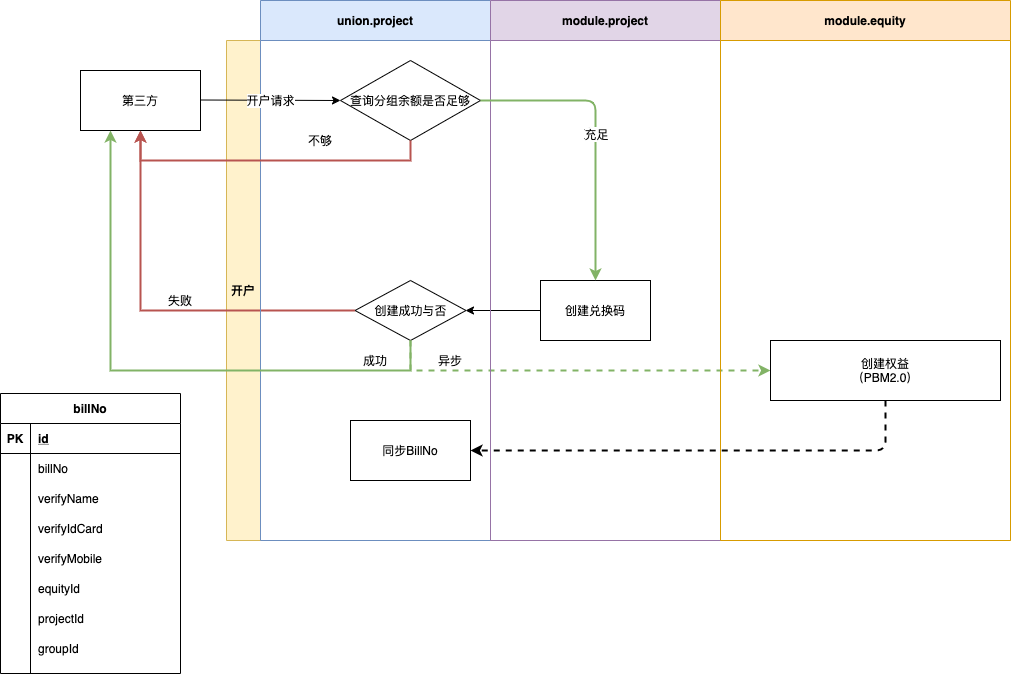
The draw.io diagram TPA.png in zuoqiang320/uniondrug, before a commit. Source tidied: cells renumbered, new cells last; positions are measured from the earlier drawing's top-left corner, leaving out a move shared by most shapes.
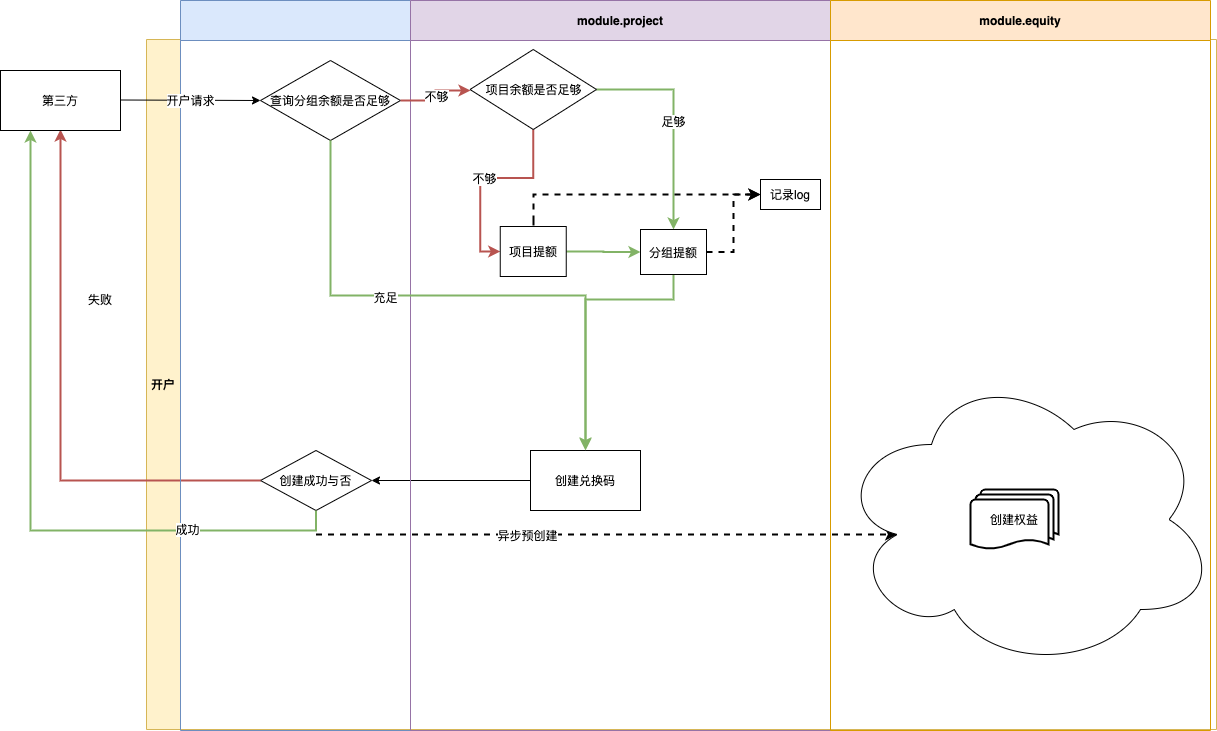
Later version of the same file.

Diff of the diagram source:
```diff
@@ -3,24 +3,21 @@
     <mxCell id="0" />
     <mxCell id="1" parent="0" />
     <mxCell id="2" value="开户" style="swimlane;direction=north;fillColor=#fff2cc;strokeColor=#d6b656;startSize=34;verticalAlign=middle;" parent="1" vertex="1">
-      <mxGeometry x="226" y="40" width="784" height="500" as="geometry" />
+      <mxGeometry x="226" y="39" width="1070" height="690" as="geometry" />
     </mxCell>
+    <mxCell id="51" style="edgeStyle=orthogonalEdgeStyle;rounded=0;jettySize=auto;html=1;exitX=0.5;exitY=1;exitDx=0;exitDy=0;entryX=0.16;entryY=0.55;entryDx=0;entryDy=0;entryPerimeter=0;strokeWidth=2;dashed=1;" parent="2" edge="1" source="3" target="63">
+      <mxGeometry relative="1" as="geometry" />
+    </mxCell>
+    <mxCell id="52" value="异步预创建" style="edgeLabel;html=1;align=center;verticalAlign=middle;" parent="51" vertex="1">
+      <mxGeometry x="-0.23" relative="1" as="geometry">
+        <mxPoint x="1" as="offset" />
+      </mxGeometry>
+    </mxCell>
     <mxCell id="3" value="创建成功与否" style="rhombus;whiteSpace=wrap;html=1;startSize=34;" parent="2" vertex="1">
-      <mxGeometry x="128.5" y="240" width="111" height="60" as="geometry" />
+      <mxGeometry x="114" y="411" width="111" height="60" as="geometry" />
     </mxCell>
-    <mxCell id="4" value="成功" style="text;html=1;strokeColor=none;fillColor=none;align=center;verticalAlign=middle;whiteSpace=wrap;rounded=0;startSize=34;" parent="2" vertex="1">
-      <mxGeometry x="128.5" y="310" width="40" height="20" as="geometry" />
-    </mxCell>
-    <mxCell id="5" value="异步" style="text;html=1;strokeColor=none;fillColor=none;align=center;verticalAlign=middle;whiteSpace=wrap;rounded=0;" parent="2" vertex="1">
-      <mxGeometry x="204" y="310" width="40" height="20" as="geometry" />
-    </mxCell>
-    <mxCell id="6" style="edgeStyle=orthogonalEdgeStyle;rounded=0;jettySize=auto;html=1;exitX=0.5;exitY=1;exitDx=0;exitDy=0;entryX=0;entryY=0.5;entryDx=0;entryDy=0;fillColor=#d5e8d4;strokeColor=#82b366;strokeWidth=2;dashed=1;" parent="2" edge="1" source="3" target="11">
-      <mxGeometry relative="1" as="geometry" />
-    </mxCell>
-    <mxCell id="7" style="endArrow=classic;html=1;entryX=1;entryY=0.5;entryDx=0;entryDy=0;exitX=0;exitY=0.5;exitDx=0;exitDy=0;" parent="2" edge="1" source="10">
-      <mxGeometry relative="1" as="geometry">
-        <mxPoint x="239" y="270" as="targetPoint" />
-      </mxGeometry>
+    <mxCell id="7" style="endArrow=classic;html=1;entryX=1;entryY=0.5;entryDx=0;entryDy=0;exitX=0;exitY=0.5;exitDx=0;exitDy=0;" parent="2" edge="1" source="10" target="3">
+      <mxGeometry relative="1" as="geometry" />
     </mxCell>
     <mxCell id="8" style="edgeStyle=orthogonalEdgeStyle;rounded=0;jettySize=auto;html=1;exitX=0;exitY=0.5;exitDx=0;exitDy=0;startSize=34;fillColor=#f8cecc;strokeColor=#b85450;strokeWidth=2;" parent="2" edge="1" source="3">
       <mxGeometry relative="1" as="geometry">
@@ -31,13 +28,59 @@
       <mxGeometry x="-76" y="250" width="60" height="20" as="geometry" />
     </mxCell>
     <mxCell id="10" value="创建兑换码" style="rounded=0;whiteSpace=wrap;html=1;" parent="2" vertex="1">
-      <mxGeometry x="314" y="240" width="110" height="60" as="geometry" />
+      <mxGeometry x="384" y="411" width="110" height="60" as="geometry" />
     </mxCell>
-    <mxCell id="11" value="创建权益&lt;br&gt;（PBM2.0）" style="rounded=0;whiteSpace=wrap;html=1;" parent="2" vertex="1">
-      <mxGeometry x="544" y="300" width="230" height="60" as="geometry" />
-    </mxCell>
+    <mxCell id="53" value="足够" style="edgeStyle=orthogonalEdgeStyle;rounded=0;jettySize=auto;html=1;exitX=1;exitY=0.5;exitDx=0;exitDy=0;strokeWidth=2;fillColor=#d5e8d4;strokeColor=#82b366;" parent="2" edge="1" source="55" target="62">
+      <mxGeometry relative="1" as="geometry" />
+    </mxCell>
+    <mxCell id="54" value="不够" style="edgeStyle=orthogonalEdgeStyle;rounded=0;jettySize=auto;html=1;exitX=0.5;exitY=1;exitDx=0;exitDy=0;entryX=0;entryY=0.5;entryDx=0;entryDy=0;strokeWidth=2;fillColor=#f8cecc;strokeColor=#b85450;" parent="2" edge="1" source="55" target="59">
+      <mxGeometry relative="1" as="geometry" />
+    </mxCell>
+    <mxCell id="55" value="项目余额是否足够" style="rhombus;whiteSpace=wrap;html=1;" parent="2" vertex="1">
+      <mxGeometry x="323.5" y="10" width="126.5" height="80" as="geometry" />
+    </mxCell>
+    <mxCell id="56" value="记录log" style="rounded=0;whiteSpace=wrap;html=1;" parent="2" vertex="1">
+      <mxGeometry x="614" y="140" width="60" height="30" as="geometry" />
+    </mxCell>
+    <mxCell id="57" style="edgeStyle=orthogonalEdgeStyle;rounded=0;jettySize=auto;html=1;entryX=0;entryY=0.5;entryDx=0;entryDy=0;dashed=1;strokeWidth=2;" parent="2" edge="1" target="56">
+      <mxGeometry relative="1" as="geometry">
+        <mxPoint x="387" y="180" as="sourcePoint" />
+        <Array as="points">
+          <mxPoint x="387" y="205" />
+          <mxPoint x="387" y="155" />
+        </Array>
+      </mxGeometry>
+    </mxCell>
+    <mxCell id="58" style="edgeStyle=orthogonalEdgeStyle;rounded=0;jettySize=auto;html=1;exitX=1;exitY=0.5;exitDx=0;exitDy=0;strokeWidth=2;fillColor=#d5e8d4;strokeColor=#82b366;" parent="2" edge="1" source="59" target="62">
+      <mxGeometry relative="1" as="geometry" />
+    </mxCell>
+    <mxCell id="59" value="项目提额" style="rounded=0;whiteSpace=wrap;html=1;" parent="2" vertex="1">
+      <mxGeometry x="353.8" y="187" width="66" height="50" as="geometry" />
+    </mxCell>
+    <mxCell id="60" style="edgeStyle=orthogonalEdgeStyle;rounded=0;jettySize=auto;html=1;exitX=1;exitY=0.5;exitDx=0;exitDy=0;entryX=0;entryY=0.5;entryDx=0;entryDy=0;strokeWidth=2;dashed=1;" parent="2" edge="1" source="62" target="56">
+      <mxGeometry relative="1" as="geometry" />
+    </mxCell>
+    <mxCell id="61" style="edgeStyle=orthogonalEdgeStyle;rounded=0;orthogonalLoop=1;jettySize=auto;html=1;exitX=0.5;exitY=1;exitDx=0;exitDy=0;entryX=0.5;entryY=0;entryDx=0;entryDy=0;strokeWidth=2;fillColor=#d5e8d4;strokeColor=#82b366;" parent="2" edge="1">
+      <mxGeometry relative="1" as="geometry">
+        <mxPoint x="527" y="234" as="sourcePoint" />
+        <mxPoint x="439" y="410" as="targetPoint" />
+        <Array as="points">
+          <mxPoint x="527" y="260" />
+          <mxPoint x="439" y="260" />
+        </Array>
+      </mxGeometry>
+    </mxCell>
+    <mxCell id="62" value="分组提额" style="rounded=0;whiteSpace=wrap;html=1;" parent="2" vertex="1">
+      <mxGeometry x="494" y="190" width="66" height="45" as="geometry" />
+    </mxCell>
+    <mxCell id="63" style="ellipse;shape=cloud;whiteSpace=wrap;html=1;" parent="2" vertex="1">
+      <mxGeometry x="690" y="330" width="380" height="300" as="geometry" />
+    </mxCell>
+    <mxCell id="64" value="创建权益" style="strokeWidth=2;html=1;shape=mxgraph.flowchart.multi-document;whiteSpace=wrap;" parent="2" vertex="1">
+      <mxGeometry x="824" y="450" width="88" height="60" as="geometry" />
+    </mxCell>
     <mxCell id="12" value="union.project" style="swimlane;startSize=40;fillColor=#dae8fc;strokeColor=#6c8ebf;" parent="1" vertex="1">
-      <mxGeometry x="260" width="230" height="540" as="geometry" />
+      <mxGeometry x="260" width="650" height="730" as="geometry" />
     </mxCell>
     <mxCell id="13" style="endArrow=classic;html=1;entryX=0;entryY=0.5;entryDx=0;entryDy=0;" parent="12" edge="1" target="17">
       <mxGeometry relative="1" as="geometry">
@@ -48,125 +91,36 @@
       <mxGeometry relative="1" as="geometry" />
     </mxCell>
     <mxCell id="15" value="module.project" style="swimlane;startSize=40;fillColor=#e1d5e7;strokeColor=#9673a6;strokeWidth=1;" parent="12" vertex="1">
-      <mxGeometry x="230" width="230" height="540" as="geometry" />
+      <mxGeometry x="230" width="420" height="730" as="geometry" />
     </mxCell>
-    <mxCell id="16" value="不够" style="text;html=1;strokeColor=none;fillColor=none;align=center;verticalAlign=middle;whiteSpace=wrap;rounded=0;" parent="12" vertex="1">
-      <mxGeometry x="40" y="130" width="40" height="20" as="geometry" />
-    </mxCell>
     <mxCell id="17" value="查询分组余额是否足够" style="rhombus;whiteSpace=wrap;html=1;" parent="12" vertex="1">
       <mxGeometry x="80" y="60" width="140" height="80" as="geometry" />
     </mxCell>
-    <mxCell id="18" value="同步BillNo" style="rounded=0;whiteSpace=wrap;html=1;startSize=34;strokeWidth=1;" parent="12" vertex="1">
-      <mxGeometry x="90" y="420" width="120" height="60" as="geometry" />
-    </mxCell>
     <mxCell id="19" value="第三方" style="whiteSpace=wrap;html=1;align=center;newEdgeStyle={&quot;edgeStyle&quot;:&quot;elbowEdgeStyle&quot;,&quot;startArrow&quot;:&quot;none&quot;,&quot;endArrow&quot;:&quot;none&quot;};" parent="1" vertex="1">
       <mxGeometry x="80" y="70" width="120" height="60" as="geometry" />
     </mxCell>
-    <mxCell id="20" style="edgeStyle=orthogonalEdgeStyle;rounded=0;jettySize=auto;html=1;exitX=0.5;exitY=1;exitDx=0;exitDy=0;entryX=0.5;entryY=1;entryDx=0;entryDy=0;fillColor=#f8cecc;strokeColor=#b85450;strokeWidth=2;" parent="1" edge="1" source="17" target="19">
-      <mxGeometry relative="1" as="geometry" />
-    </mxCell>
     <mxCell id="21" value="module.equity" style="swimlane;startSize=40;fillColor=#ffe6cc;strokeColor=#d79b00;" parent="1" vertex="1">
-      <mxGeometry x="720" width="290" height="540" as="geometry" />
+      <mxGeometry x="910" width="380" height="730" as="geometry" />
     </mxCell>
+    <mxCell id="23" style="edgeStyle=orthogonalEdgeStyle;rounded=0;jettySize=auto;html=1;exitX=0.5;exitY=1;exitDx=0;exitDy=0;fillColor=#d5e8d4;strokeColor=#82b366;strokeWidth=2;" parent="1" edge="1" source="17" target="10">
+      <mxGeometry relative="1" as="geometry" />
+    </mxCell>
+    <mxCell id="65" value="充足" style="edgeLabel;html=1;align=center;verticalAlign=middle;" parent="23" vertex="1">
+      <mxGeometry x="-0.26" y="-1" relative="1" as="geometry" />
+    </mxCell>
+    <mxCell id="66" style="edgeStyle=orthogonalEdgeStyle;rounded=0;jettySize=auto;html=1;exitX=1;exitY=0.5;exitDx=0;exitDy=0;strokeWidth=2;fillColor=#f8cecc;strokeColor=#b85450;" parent="1" edge="1" source="17">
+      <mxGeometry relative="1" as="geometry">
+        <mxPoint x="550" y="90" as="targetPoint" />
+      </mxGeometry>
+    </mxCell>
+    <mxCell id="67" value="不够" style="edgeLabel;html=1;align=center;verticalAlign=middle;" parent="66" vertex="1">
+      <mxGeometry x="-0.01" relative="1" as="geometry" />
+    </mxCell>
-    <mxCell id="22" style="edgeStyle=orthogonalEdgeStyle;rounded=0;jettySize=auto;html=1;exitX=0.5;exitY=1;exitDx=0;exitDy=0;entryX=0.25;entryY=1;entryDx=0;entryDy=0;startSize=34;fillColor=#d5e8d4;strokeColor=#82b366;strokeWidth=2;" parent="1" edge="1" source="3" target="19">
-      <mxGeometry relative="1" as="geometry">
-        <Array as="points">
-          <mxPoint x="410" y="370" />
-          <mxPoint x="110" y="370" />
-        </Array>
-      </mxGeometry>
+    <mxCell id="22" style="edgeStyle=orthogonalEdgeStyle;rounded=0;jettySize=auto;html=1;exitX=0.5;exitY=1;exitDx=0;exitDy=0;entryX=0.25;entryY=1;entryDx=0;entryDy=0;strokeWidth=2;fillColor=#d5e8d4;strokeColor=#82b366;" parent="1" edge="1" source="3" target="19">
+      <mxGeometry relative="1" as="geometry" />
     </mxCell>
-    <mxCell id="23" value="充足" style="endArrow=classic;html=1;exitX=1;exitY=0.5;exitDx=0;exitDy=0;fillColor=#d5e8d4;strokeColor=#82b366;strokeWidth=2;edgeStyle=orthogonalEdgeStyle;entryX=0.5;entryY=0;entryDx=0;entryDy=0;" parent="1" edge="1" source="17" target="10">
-      <mxGeometry relative="1" as="geometry">
-        <Array as="points">
-          <mxPoint x="595" y="100" />
-        </Array>
-      </mxGeometry>
-    </mxCell>
-    <mxCell id="24" value="充足" style="edgeLabel;html=1;align=center;verticalAlign=middle;" parent="23" vertex="1">
-      <mxGeometry relative="1" as="geometry" />
-    </mxCell>
-    <mxCell id="25" style="endArrow=classic;html=1;dashed=1;strokeWidth=2;exitX=0.5;exitY=1;exitDx=0;exitDy=0;entryX=1;entryY=0.5;entryDx=0;entryDy=0;edgeStyle=elbowEdgeStyle;" parent="1" edge="1" source="11" target="18">
-      <mxGeometry relative="1" as="geometry">
-        <Array as="points">
-          <mxPoint x="885" y="440" />
-        </Array>
-      </mxGeometry>
-    </mxCell>
-    <mxCell id="26" value="billNo" style="shape=table;startSize=30;rowLines=0;fontStyle=1;align=center;strokeWidth=1;" parent="1" vertex="1">
-      <mxGeometry y="393" width="180" height="280" as="geometry" />
-    </mxCell>
-    <mxCell id="27" style="shape=partialRectangle;fillColor=none;top=0;left=0;bottom=1;right=0;" parent="26" vertex="1">
-      <mxGeometry y="30" width="180" height="30" as="geometry" />
-    </mxCell>
-    <mxCell id="28" value="PK" style="shape=partialRectangle;fillColor=none;top=0;left=0;bottom=0;right=0;fontStyle=1;overflow=hidden;" parent="27" vertex="1">
-      <mxGeometry width="30" height="30" as="geometry" />
-    </mxCell>
-    <mxCell id="29" value="id" style="shape=partialRectangle;fillColor=none;top=0;left=0;bottom=0;right=0;align=left;spacingLeft=6;fontStyle=5;overflow=hidden;" parent="27" vertex="1">
-      <mxGeometry x="30" width="150" height="30" as="geometry" />
-    </mxCell>
-    <mxCell id="30" style="shape=partialRectangle;fillColor=none;top=0;left=0;bottom=0;right=0;" parent="26" vertex="1">
-      <mxGeometry y="60" width="180" height="30" as="geometry" />
-    </mxCell>
-    <mxCell id="31" style="shape=partialRectangle;fillColor=none;top=0;left=0;bottom=0;right=0;overflow=hidden;" parent="30" vertex="1">
-      <mxGeometry width="30" height="30" as="geometry" />
-    </mxCell>
-    <mxCell id="32" value="billNo" style="shape=partialRectangle;fillColor=none;top=0;left=0;bottom=0;right=0;align=left;spacingLeft=6;overflow=hidden;" parent="30" vertex="1">
-      <mxGeometry x="30" width="150" height="30" as="geometry" />
-    </mxCell>
-    <mxCell id="33" style="shape=partialRectangle;fillColor=none;top=0;left=0;bottom=0;right=0;" parent="26" vertex="1">
-      <mxGeometry y="90" width="180" height="30" as="geometry" />
-    </mxCell>
-    <mxCell id="34" style="shape=partialRectangle;fillColor=none;top=0;left=0;bottom=0;right=0;overflow=hidden;" parent="33" vertex="1">
-      <mxGeometry width="30" height="30" as="geometry" />
-    </mxCell>
-    <mxCell id="35" value="verifyName" style="shape=partialRectangle;fillColor=none;top=0;left=0;bottom=0;right=0;align=left;spacingLeft=6;overflow=hidden;" parent="33" vertex="1">
-      <mxGeometry x="30" width="150" height="30" as="geometry" />
-    </mxCell>
-    <mxCell id="36" style="shape=partialRectangle;fillColor=none;top=0;left=0;bottom=0;right=0;" parent="26" vertex="1">
-      <mxGeometry y="120" width="180" height="30" as="geometry" />
-    </mxCell>
-    <mxCell id="37" style="shape=partialRectangle;fillColor=none;top=0;left=0;bottom=0;right=0;overflow=hidden;" parent="36" vertex="1">
-      <mxGeometry width="30" height="30" as="geometry" />
-    </mxCell>
-    <mxCell id="38" value="verifyIdCard" style="shape=partialRectangle;fillColor=none;top=0;left=0;bottom=0;right=0;align=left;spacingLeft=6;overflow=hidden;" parent="36" vertex="1">
-      <mxGeometry x="30" width="150" height="30" as="geometry" />
-    </mxCell>
-    <mxCell id="39" style="shape=partialRectangle;fillColor=none;top=0;left=0;bottom=0;right=0;" parent="26" vertex="1">
-      <mxGeometry y="150" width="180" height="30" as="geometry" />
-    </mxCell>
-    <mxCell id="40" style="shape=partialRectangle;fillColor=none;top=0;left=0;bottom=0;right=0;overflow=hidden;" parent="39" vertex="1">
-      <mxGeometry width="30" height="30" as="geometry" />
-    </mxCell>
-    <mxCell id="41" value="verifyMobile" style="shape=partialRectangle;fillColor=none;top=0;left=0;bottom=0;right=0;align=left;spacingLeft=6;overflow=hidden;" parent="39" vertex="1">
-      <mxGeometry x="30" width="150" height="30" as="geometry" />
-    </mxCell>
-    <mxCell id="42" style="shape=partialRectangle;fillColor=none;top=0;left=0;bottom=0;right=0;" parent="26" vertex="1">
-      <mxGeometry y="180" width="180" height="30" as="geometry" />
-    </mxCell>
-    <mxCell id="43" style="shape=partialRectangle;fillColor=none;top=0;left=0;bottom=0;right=0;overflow=hidden;" parent="42" vertex="1">
-      <mxGeometry width="30" height="30" as="geometry" />
-    </mxCell>
-    <mxCell id="44" value="equityId" style="shape=partialRectangle;fillColor=none;top=0;left=0;bottom=0;right=0;align=left;spacingLeft=6;overflow=hidden;" parent="42" vertex="1">
-      <mxGeometry x="30" width="150" height="30" as="geometry" />
-    </mxCell>
-    <mxCell id="45" style="shape=partialRectangle;fillColor=none;top=0;left=0;bottom=0;right=0;" parent="26" vertex="1">
-      <mxGeometry y="210" width="180" height="30" as="geometry" />
-    </mxCell>
-    <mxCell id="46" style="shape=partialRectangle;fillColor=none;top=0;left=0;bottom=0;right=0;overflow=hidden;" parent="45" vertex="1">
-      <mxGeometry width="30" height="30" as="geometry" />
-    </mxCell>
-    <mxCell id="47" value="projectId" style="shape=partialRectangle;fillColor=none;top=0;left=0;bottom=0;right=0;align=left;spacingLeft=6;overflow=hidden;" parent="45" vertex="1">
-      <mxGeometry x="30" width="150" height="30" as="geometry" />
-    </mxCell>
-    <mxCell id="48" style="shape=partialRectangle;fillColor=none;top=0;left=0;bottom=0;right=0;" parent="26" vertex="1">
-      <mxGeometry y="240" width="180" height="30" as="geometry" />
-    </mxCell>
-    <mxCell id="49" style="shape=partialRectangle;fillColor=none;top=0;left=0;bottom=0;right=0;overflow=hidden;" parent="48" vertex="1">
-      <mxGeometry width="30" height="30" as="geometry" />
-    </mxCell>
-    <mxCell id="50" value="groupId" style="shape=partialRectangle;fillColor=none;top=0;left=0;bottom=0;right=0;align=left;spacingLeft=6;overflow=hidden;" parent="48" vertex="1">
-      <mxGeometry x="30" width="150" height="30" as="geometry" />
-    </mxCell>
+    <mxCell id="4" value="成功" style="edgeLabel;html=1;align=center;verticalAlign=middle;" parent="22" vertex="1">
+      <mxGeometry x="-0.58" y="-2" relative="1" as="geometry" />
+    </mxCell>
   </root>
 </mxGraphModel>
```
